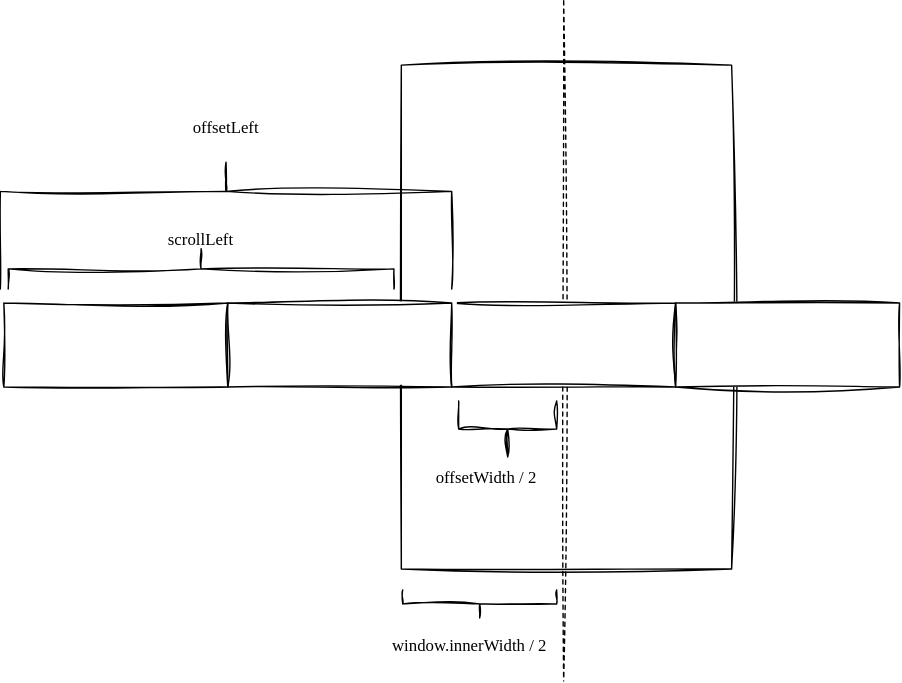
lijunlin2022/draw.io keeps this draw.io diagram as 2023-08-04-scroll-to-center.drawio.svg. Above is the earlier version. Source tidied: cells renumbered, new cells last; positions are measured from the earlier drawing's top-left corner, leaving out a move shared by most shapes.
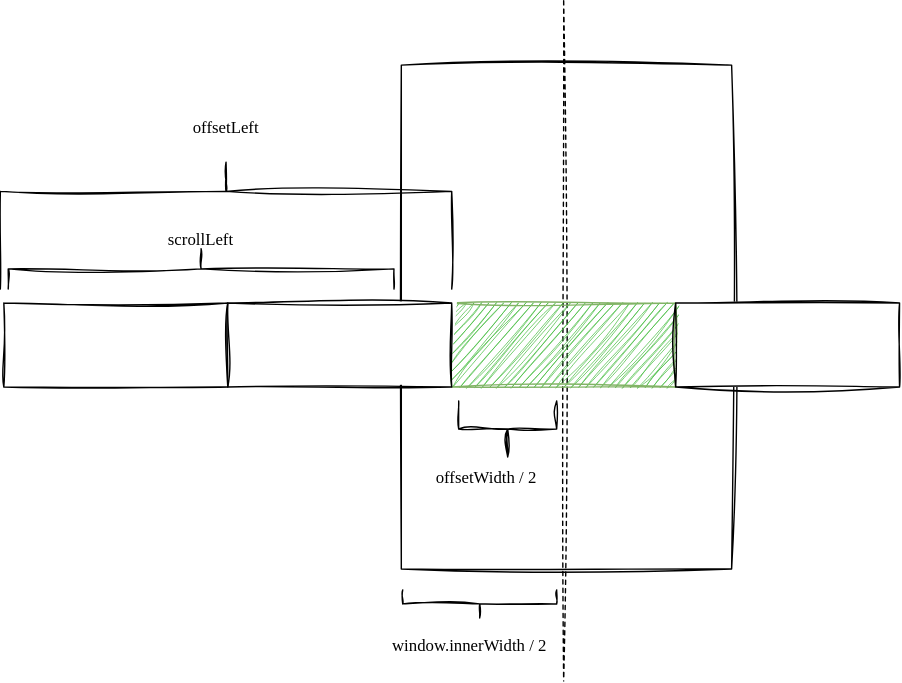
The same diagram one commit later.

What changed in the source:
```diff
@@ -11,7 +11,7 @@
         <mxPoint x="400" y="487" as="targetPoint" />
       </mxGeometry>
     </mxCell>
-    <mxCell id="4" style="rounded=0;whiteSpace=wrap;html=1;sketch=1;curveFitting=1;jiggle=2;fontFamily=Architects Daughter;fontSource=https%3A%2F%2Ffonts.googleapis.com%2Fcss%3Ffamily%3DArchitects%2BDaughter;" parent="1" vertex="1">
+    <mxCell id="4" style="rounded=0;whiteSpace=wrap;html=1;sketch=1;curveFitting=1;jiggle=2;fontFamily=Architects Daughter;fontSource=https%3A%2F%2Ffonts.googleapis.com%2Fcss%3Ffamily%3DArchitects%2BDaughter;fillColor=#41ba3b;strokeColor=#82b366;" parent="1" vertex="1">
       <mxGeometry x="320" y="217" width="160" height="60" as="geometry" />
     </mxCell>
     <mxCell id="5" style="rounded=0;whiteSpace=wrap;html=1;sketch=1;curveFitting=1;jiggle=2;fontFamily=Architects Daughter;fontSource=https%3A%2F%2Ffonts.googleapis.com%2Fcss%3Ffamily%3DArchitects%2BDaughter;" parent="1" vertex="1">
```
